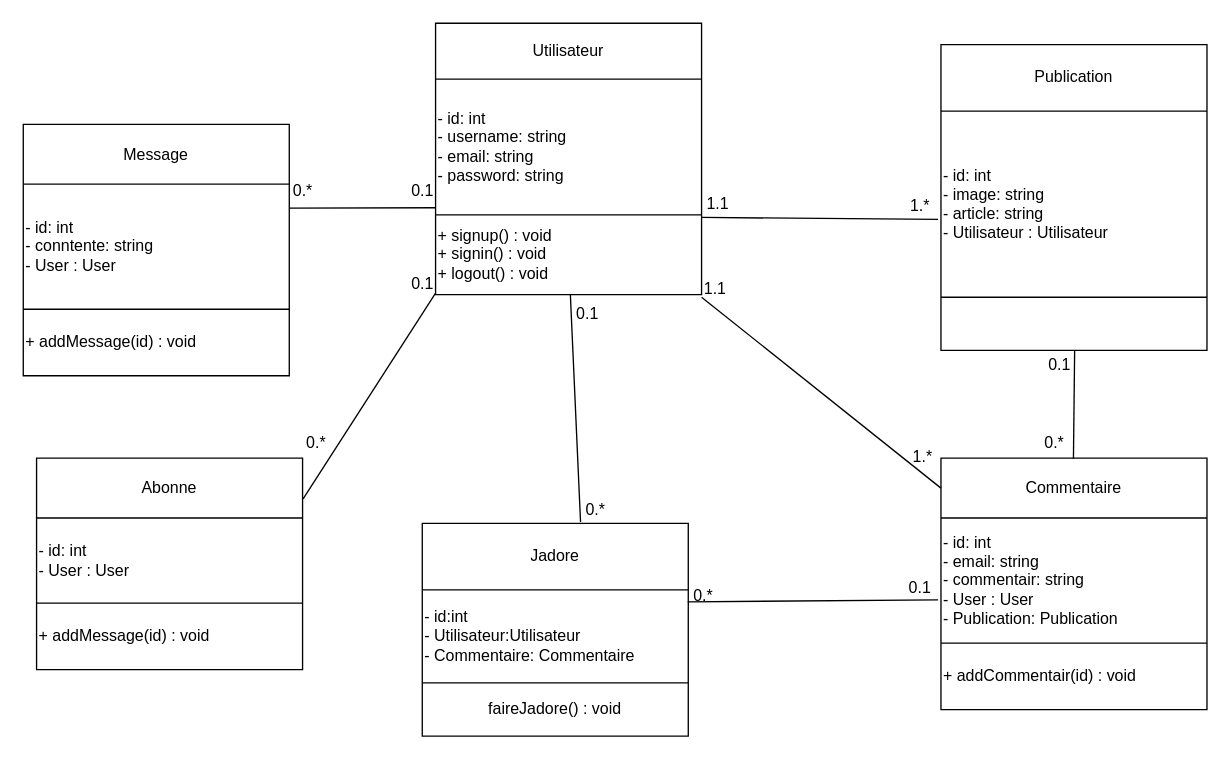
Earlier version of the draw.io diagram conception/diagrammeDeClass.drawio (k-zakaria/youconne). Source tidied: cells renumbered, new cells numbered last; positions are measured from the earlier drawing's top-left corner, leaving out a move shared by most shapes. Both pictures are drawn from the tidied source at 133%, with x=0, y=0 at pixel (23, 23).
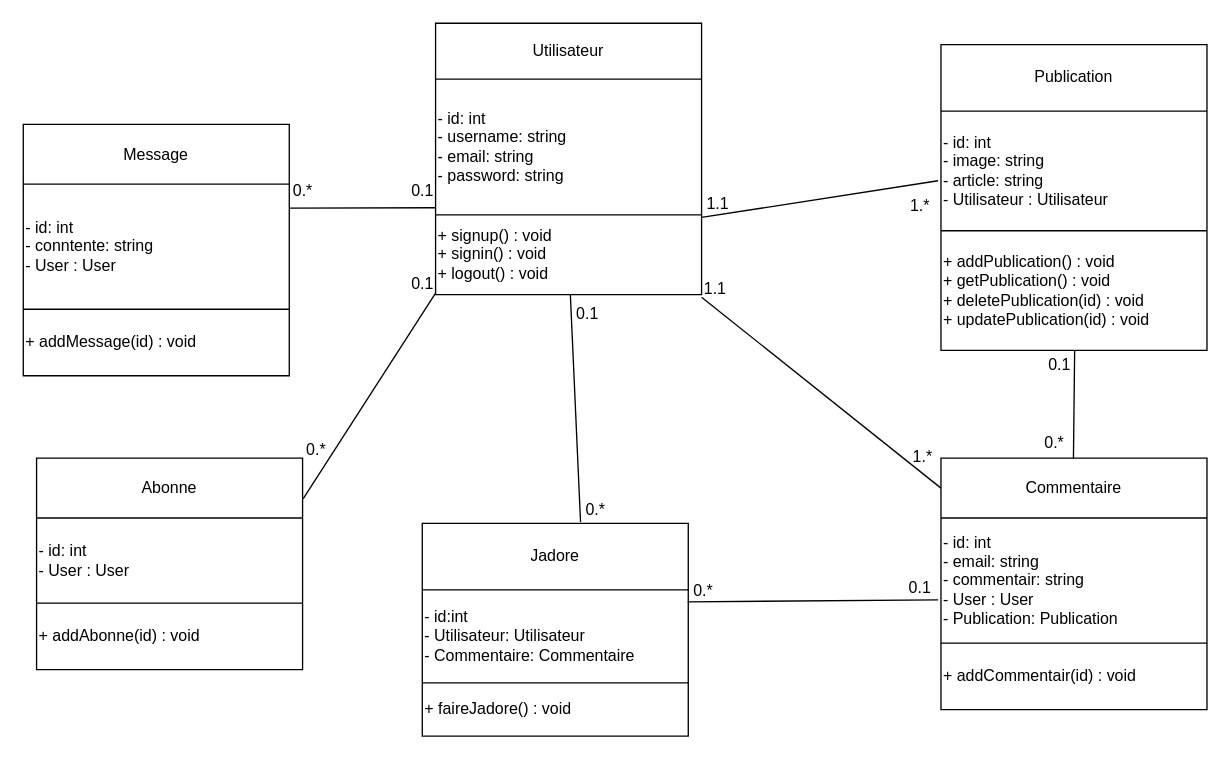
The same page after the edit.

Unchanged cells that the change refers to:
```xml
<mxCell id="16" style="shape=table;startSize=0;childLayout=tableLayout;" parent="1" vertex="1">
  <mxGeometry x="690" y="16" width="200" height="230" as="geometry" />
</mxCell>
<mxCell id="26" style="shape=tableRow;horizontal=0;startSize=0;swimlaneHead=0;swimlaneBody=0;top=0;left=0;bottom=0;right=0;fillColor=none;points=[[0,0.5],[1,0.5]];portConstraint=eastwest;" parent="23" vertex="1">
  <mxGeometry y="50" width="200" height="70" as="geometry" />
</mxCell>
<mxCell id="28" style="shape=tableRow;horizontal=0;startSize=0;swimlaneHead=0;swimlaneBody=0;top=0;left=0;bottom=0;right=0;fillColor=none;" parent="23" vertex="1">
  <mxGeometry y="120" width="200" height="40" as="geometry" />
</mxCell>
<mxCell id="60" style="shape=tableRow;horizontal=0;startSize=0;swimlaneHead=0;swimlaneBody=0;top=0;left=0;bottom=0;right=0;fillColor=none;" parent="55" vertex="1">
  <mxGeometry y="109" width="200" height="50" as="geometry" />
</mxCell>
```

Diff of the diagram source:
```diff
@@
     <mxCell id="19" style="shape=tableRow;horizontal=0;startSize=0;swimlaneHead=0;swimlaneBody=0;top=0;left=0;bottom=0;right=0;fillColor=none;points=[[0,0.5],[1,0.5]];portConstraint=eastwest;" parent="16" vertex="1">
-      <mxGeometry y="50" width="200" height="140" as="geometry" />
+      <mxGeometry y="50" width="200" height="90" as="geometry" />
     </mxCell>
     <mxCell id="20" value="- id: int&amp;nbsp;&lt;br&gt;- image: string&lt;br&gt;- article: string&lt;br&gt;- Utilisateur : Utilisateur&amp;nbsp;" style="shape=partialRectangle;html=1;whiteSpace=wrap;overflow=hidden;fillColor=none;top=0;left=0;bottom=0;right=0;align=left;" parent="19" vertex="1">
-      <mxGeometry width="200" height="140" as="geometry" />
+      <mxGeometry width="200" height="90" as="geometry" />
     </mxCell>
     <mxCell id="21" style="shape=tableRow;horizontal=0;startSize=0;swimlaneHead=0;swimlaneBody=0;top=0;left=0;bottom=0;right=0;fillColor=none;" parent="16" vertex="1">
-      <mxGeometry y="190" width="200" height="40" as="geometry" />
+      <mxGeometry y="140" width="200" height="90" as="geometry" />
     </mxCell>
-    <mxCell id="22" style="shape=partialRectangle;html=1;whiteSpace=wrap;overflow=hidden;fillColor=none;top=0;left=0;bottom=0;right=0;" parent="21" vertex="1">
-      <mxGeometry width="200" height="40" as="geometry" />
+    <mxCell id="22" value="+ addPublication() : void&lt;br&gt;+ getPublication() : void&lt;br&gt;+ deletePublication(id) : void&lt;br&gt;+ updatePublication(id) : void" style="shape=partialRectangle;html=1;whiteSpace=wrap;overflow=hidden;fillColor=none;top=0;left=0;bottom=0;right=0;align=left;" parent="21" vertex="1">
+      <mxGeometry width="200" height="90" as="geometry" />
     </mxCell>
@@
-    <mxCell id="27" value="- id:int&lt;br&gt;- Utilisateur:Utilisateur&lt;br&gt;- Commentaire: Commentaire" style="shape=partialRectangle;html=1;whiteSpace=wrap;overflow=hidden;fillColor=none;top=0;left=0;bottom=0;right=0;align=left;" parent="26" vertex="1">
+    <mxCell id="27" value="- id:int&lt;br&gt;- Utilisateur: Utilisateur&lt;br&gt;- Commentaire: Commentaire" style="shape=partialRectangle;html=1;whiteSpace=wrap;overflow=hidden;fillColor=none;top=0;left=0;bottom=0;right=0;align=left;" parent="26" vertex="1">
       <mxGeometry width="200" height="70" as="geometry" />
     </mxCell>
@@
-    <mxCell id="29" value="faireJadore() : void" style="shape=partialRectangle;html=1;whiteSpace=wrap;overflow=hidden;fillColor=none;top=0;left=0;bottom=0;right=0;" parent="28" vertex="1">
+    <mxCell id="29" value="+ faireJadore() : void" style="shape=partialRectangle;html=1;whiteSpace=wrap;overflow=hidden;fillColor=none;top=0;left=0;bottom=0;right=0;align=left;" parent="28" vertex="1">
       <mxGeometry width="200" height="40" as="geometry" />
     </mxCell>
@@
     <mxCell id="37" value="0.*" style="text;html=1;align=center;verticalAlign=middle;strokeColor=none;fillColor=none;" parent="1" vertex="1">
-      <mxGeometry x="491" y="416" width="40" height="30" as="geometry" />
+      <mxGeometry x="491" y="412" width="40" height="30" as="geometry" />
     </mxCell>
@@
-    <mxCell id="61" value="&lt;span style=&quot;&quot;&gt;+ addMessage&lt;/span&gt;&lt;span style=&quot;&quot;&gt;(id) : void&lt;/span&gt;" style="shape=partialRectangle;html=1;whiteSpace=wrap;overflow=hidden;fillColor=none;top=0;left=0;bottom=0;right=0;align=left;" parent="60" vertex="1">
+    <mxCell id="61" value="&lt;span style=&quot;&quot;&gt;+ addAbonne&lt;/span&gt;&lt;span style=&quot;&quot;&gt;(id) : void&lt;/span&gt;" style="shape=partialRectangle;html=1;whiteSpace=wrap;overflow=hidden;fillColor=none;top=0;left=0;bottom=0;right=0;align=left;" parent="60" vertex="1">
       <mxGeometry width="200" height="50" as="geometry" />
     </mxCell>
@@
     <mxCell id="64" value="0.*" style="text;html=1;align=center;verticalAlign=middle;strokeColor=none;fillColor=none;" parent="1" vertex="1">
-      <mxGeometry x="200" y="301" width="40" height="30" as="geometry" />
+      <mxGeometry x="200" y="306" width="40" height="30" as="geometry" />
     </mxCell>
```
